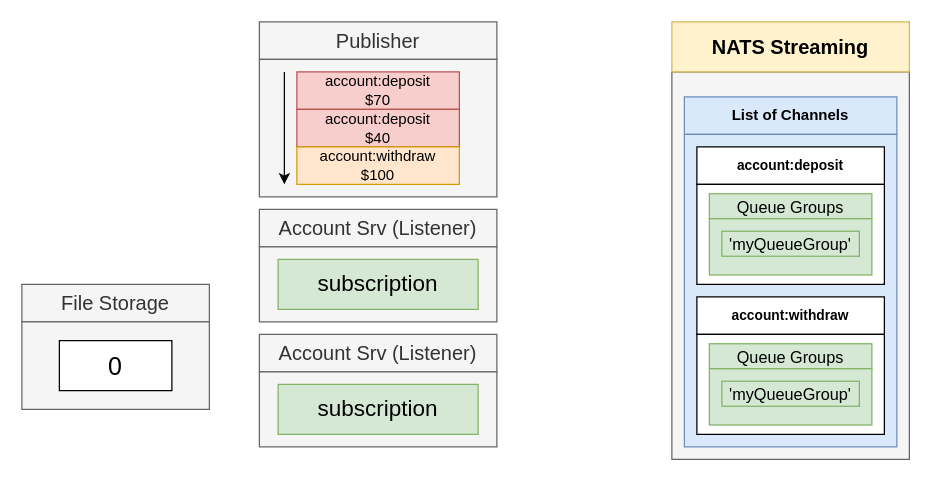
Above: page "26 - acct" (27 of 32) of diagrams/05/11.drawio in HappySuzuki/microservices-cast (draw.io), before the change. Source tidied: cells renumbered, new cells numbered last; positions are measured from the earlier drawing's top-left corner, leaving out a move shared by most shapes. Both pictures are drawn from the tidied source at 125%, with x=0, y=0 at pixel (21, 21).
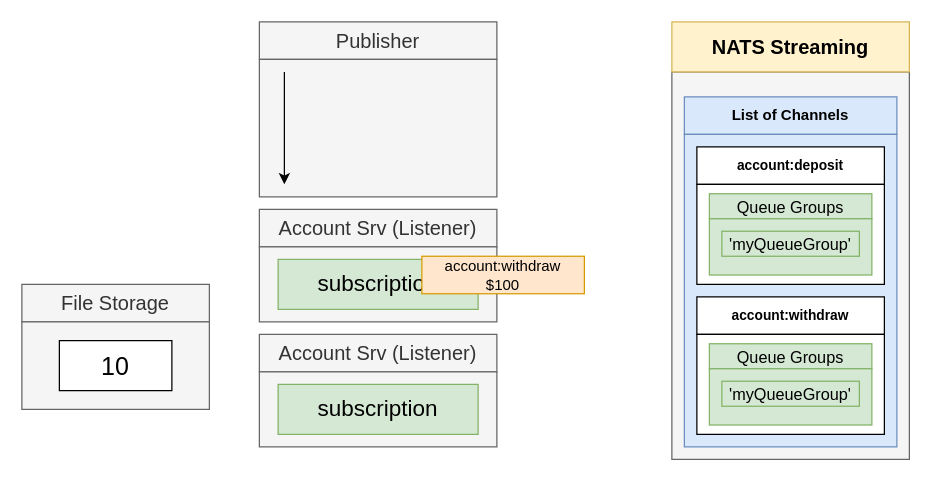
Above is the later version.

What changed in the source:
```diff
@@
-    <mxCell id="18" value="account:deposit&lt;br style=&quot;font-size: 12px;&quot;&gt;$70" style="rounded=0;whiteSpace=wrap;html=1;fontSize=12;align=center;fillColor=#f8cecc;strokeColor=#b85450;" parent="1" vertex="1">
-      <mxGeometry x="220" y="40" width="130" height="30" as="geometry" />
-    </mxCell>
-    <mxCell id="19" value="account:deposit&lt;br style=&quot;font-size: 12px&quot;&gt;$40" style="rounded=0;whiteSpace=wrap;html=1;fontSize=12;align=center;fillColor=#f8cecc;strokeColor=#b85450;" parent="1" vertex="1">
-      <mxGeometry x="220" y="70" width="130" height="30" as="geometry" />
-    </mxCell>
     <mxCell id="20" value="account:withdraw&lt;br style=&quot;font-size: 12px&quot;&gt;$100" style="rounded=0;whiteSpace=wrap;html=1;fontSize=12;align=center;fillColor=#ffe6cc;strokeColor=#d79b00;" parent="1" vertex="1">
-      <mxGeometry x="220" y="100" width="130" height="30" as="geometry" />
+      <mxGeometry x="320" y="187.5" width="130" height="30" as="geometry" />
     </mxCell>
@@
-    <mxCell id="30" value="0" style="rounded=0;whiteSpace=wrap;html=1;fontSize=20;fontColor=#000000;align=center;" parent="1" vertex="1">
+    <mxCell id="30" value="10" style="rounded=0;whiteSpace=wrap;html=1;fontSize=20;fontColor=#000000;align=center;" parent="1" vertex="1">
       <mxGeometry x="30" y="255" width="90" height="40" as="geometry" />
     </mxCell>
```
